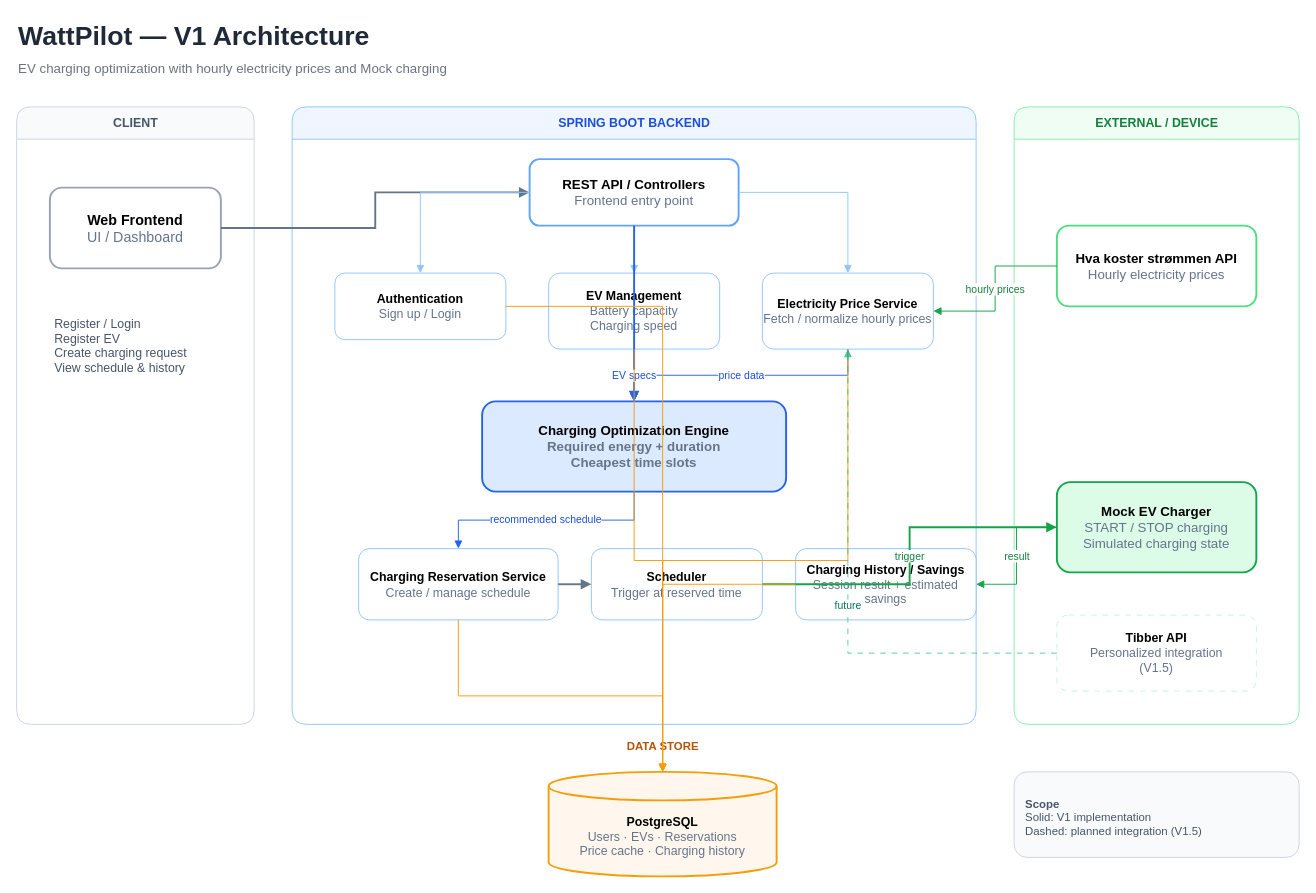
The draw.io diagram docs/architecture.drawio in 0xchanseul/wattpilot, before the edit. Source tidied: cells renumbered, new cells numbered last; positions are measured from the earlier drawing's top-left corner, leaving out a move shared by most shapes. Both pictures are drawn from the tidied source at 95%, with x=0, y=0 at pixel (16, 16).
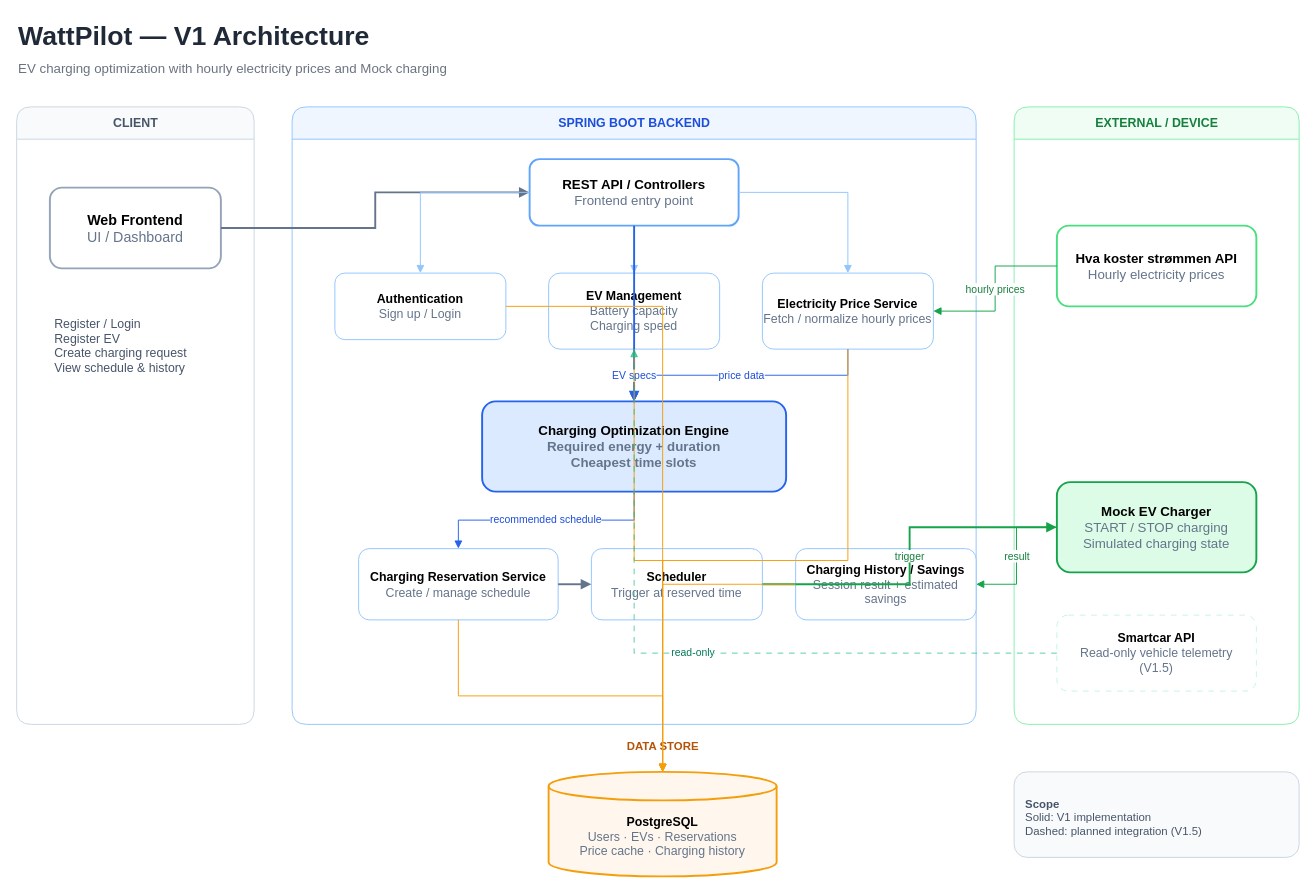
Above is the later version.

Unchanged cells that the change refers to:
```xml
<mxCell id="10" value="&lt;b&gt;EV Management&lt;/b&gt;&lt;br&gt;&lt;font color='#64748B'&gt;Battery capacity&lt;br&gt;Charging speed&lt;/font&gt;" style="rounded=1;whiteSpace=wrap;html=1;fillColor=#FFFFFF;strokeColor=#93C5FD;fontSize=13;" parent="7" vertex="1">
  <mxGeometry x="270" y="175" width="180" height="80" as="geometry" />
</mxCell>
<mxCell id="11" value="&lt;b&gt;Electricity Price Service&lt;/b&gt;&lt;br&gt;&lt;font color='#64748B'&gt;Fetch / normalize hourly prices&lt;/font&gt;" style="rounded=1;whiteSpace=wrap;html=1;fillColor=#FFFFFF;strokeColor=#93C5FD;fontSize=13;" parent="7" vertex="1">
  <mxGeometry x="495" y="175" width="180" height="80" as="geometry" />
</mxCell>
<mxCell id="16" value="EXTERNAL / DEVICE" style="swimlane;html=1;rounded=1;startSize=34;horizontal=1;fillColor=#F0FDF4;strokeColor=#86EFAC;fontColor=#15803D;fontStyle=1;fontSize=13;" parent="1" vertex="1">
  <mxGeometry x="1050" y="95" width="300" height="650" as="geometry" />
</mxCell>
```

Change to the diagram source:
```diff
@@
-    <mxCell id="19" value="&lt;b&gt;Tibber API&lt;/b&gt;&lt;br&gt;&lt;font color='#64748B'&gt;Personalized integration&lt;br&gt;(V1.5)&lt;/font&gt;" style="rounded=1;whiteSpace=wrap;html=1;fillColor=#FFFFFF;strokeColor=#A7F3D0;dashed=1;dashPattern=6 6;fontSize=13;opacity=70;" parent="16" vertex="1">
+    <mxCell id="19" value="&lt;b&gt;Smartcar API&lt;/b&gt;&lt;br&gt;&lt;font color='#64748B'&gt;Read-only vehicle telemetry&lt;br&gt;(V1.5)&lt;/font&gt;" style="rounded=1;whiteSpace=wrap;html=1;fillColor=#FFFFFF;strokeColor=#A7F3D0;dashed=1;dashPattern=6 6;fontSize=13;opacity=70;" parent="16" vertex="1">
       <mxGeometry x="45" y="535" width="210" height="80" as="geometry" />
     </mxCell>
@@
-    <mxCell id="39" value="future" style="edgeStyle=orthogonalEdgeStyle;rounded=0;html=1;endArrow=block;endFill=1;strokeColor=#10B981;dashed=1;dashPattern=6 6;fontSize=11;fontColor=#047857;opacity=70;" parent="1" edge="1" source="19" target="11">
+    <mxCell id="39" value="read-only" style="edgeStyle=orthogonalEdgeStyle;rounded=0;html=1;endArrow=block;endFill=1;strokeColor=#10B981;dashed=1;dashPattern=6 6;fontSize=11;fontColor=#047857;opacity=70;" parent="1" edge="1" source="19" target="10">
       <mxGeometry relative="1" as="geometry" />
     </mxCell>
```
